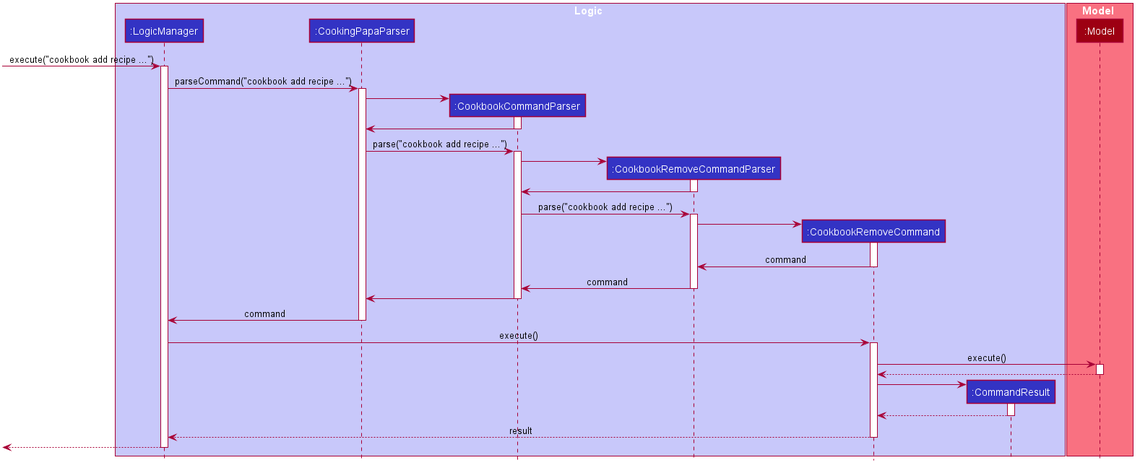
This is docs/images/CookbookAddRecipeSequenceDiagram.png from tzihiang/main, a PlantUML export, as it was before one commit. Its source is kept beside it as docs/diagrams/CookbookAddRecipeSequenceDiagram.puml.
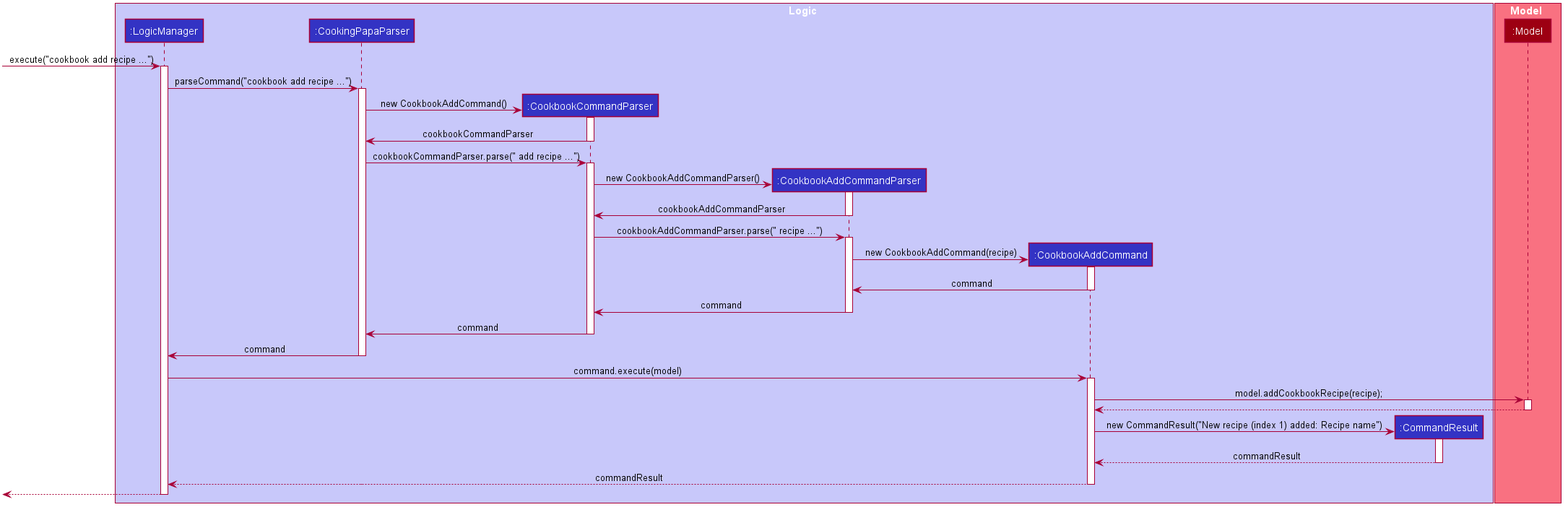
The same diagram one commit later.

Change to the diagram source:
```diff
@@ -6,8 +6,8 @@
 participant ":LogicManager" as LogicManager LOGIC_COLOR
 participant ":CookingPapaParser" as CookingPapaParser LOGIC_COLOR
 participant ":CookbookCommandParser" as CookbookCommandParser LOGIC_COLOR
-participant ":CookbookRemoveCommandParser" as CookbookRemoveCommandParser LOGIC_COLOR
-participant ":CookbookRemoveCommand" as CookbookRemoveCommand LOGIC_COLOR
+participant ":CookbookAddCommandParser" as CookbookAddCommandParser LOGIC_COLOR
+participant ":CookbookAddCommand" as CookbookAddCommand LOGIC_COLOR
 participant ":CommandResult" as CommandResult LOGIC_COLOR
 end box
 
@@ -22,59 +22,59 @@
 activate CookingPapaParser
 
 create CookbookCommandParser
-CookingPapaParser -> CookbookCommandParser
+CookingPapaParser -> CookbookCommandParser : new CookbookAddCommand()
 activate CookbookCommandParser
 
-CookbookCommandParser -> CookingPapaParser
+CookbookCommandParser -> CookingPapaParser  : cookbookCommandParser
 deactivate CookbookCommandParser
 
-CookingPapaParser -> CookbookCommandParser : parse("cookbook add recipe ...")
+CookingPapaParser -> CookbookCommandParser : cookbookCommandParser.parse(" add recipe ...")
 activate CookbookCommandParser
 
-create CookbookRemoveCommandParser
-CookbookCommandParser -> CookbookRemoveCommandParser :
-activate CookbookRemoveCommandParser
+create CookbookAddCommandParser
+CookbookCommandParser -> CookbookAddCommandParser : new CookbookAddCommandParser()
+activate CookbookAddCommandParser
 
-CookbookRemoveCommandParser -> CookbookCommandParser
-deactivate CookbookRemoveCommandParser
+CookbookAddCommandParser -> CookbookCommandParser : cookbookAddCommandParser
+deactivate CookbookAddCommandParser
 
-CookbookCommandParser -> CookbookRemoveCommandParser : parse("cookbook add recipe ...")
-activate CookbookRemoveCommandParser
+CookbookCommandParser -> CookbookAddCommandParser : cookbookAddCommandParser.parse(" recipe ...")
+activate CookbookAddCommandParser
 
-create CookbookRemoveCommand
-CookbookRemoveCommandParser -> CookbookRemoveCommand
-activate CookbookRemoveCommand
+create CookbookAddCommand
+CookbookAddCommandParser -> CookbookAddCommand : new CookbookAddCommand(recipe)
+activate CookbookAddCommand
 
-CookbookRemoveCommand -> CookbookRemoveCommandParser : command
-deactivate CookbookRemoveCommand
+CookbookAddCommand -> CookbookAddCommandParser : command
+deactivate CookbookAddCommand
 
-CookbookRemoveCommandParser -> CookbookCommandParser : command
-deactivate CookbookRemoveCommandParser
+CookbookAddCommandParser -> CookbookCommandParser : command
+deactivate CookbookAddCommandParser
 
-CookbookCommandParser -> CookingPapaParser
+CookbookCommandParser -> CookingPapaParser : command
 deactivate CookbookCommandParser
 
 CookingPapaParser -> LogicManager : command
 deactivate CookingPapaParser
 
-LogicManager -> CookbookRemoveCommand : execute()
-activate CookbookRemoveCommand
+LogicManager -> CookbookAddCommand : command.execute(model)
+activate CookbookAddCommand
 
-CookbookRemoveCommand -> Model : execute()
+CookbookAddCommand -> Model : model.addCookbookRecipe(recipe);
 activate Model
 
-Model --> CookbookRemoveCommand
+Model --> CookbookAddCommand
 deactivate Model
 
 create CommandResult
-CookbookRemoveCommand -> CommandResult
+CookbookAddCommand -> CommandResult : new CommandResult("New recipe (index 1) added: Recipe name")
 activate CommandResult
 
-CommandResult --> CookbookRemoveCommand
+CommandResult --> CookbookAddCommand : commandResult
 deactivate CommandResult
 
-CookbookRemoveCommand --> LogicManager : result
-deactivate CookbookRemoveCommand
+CookbookAddCommand --> LogicManager : commandResult
+deactivate CookbookAddCommand
 
 [<--LogicManager
 deactivate LogicManager
```
